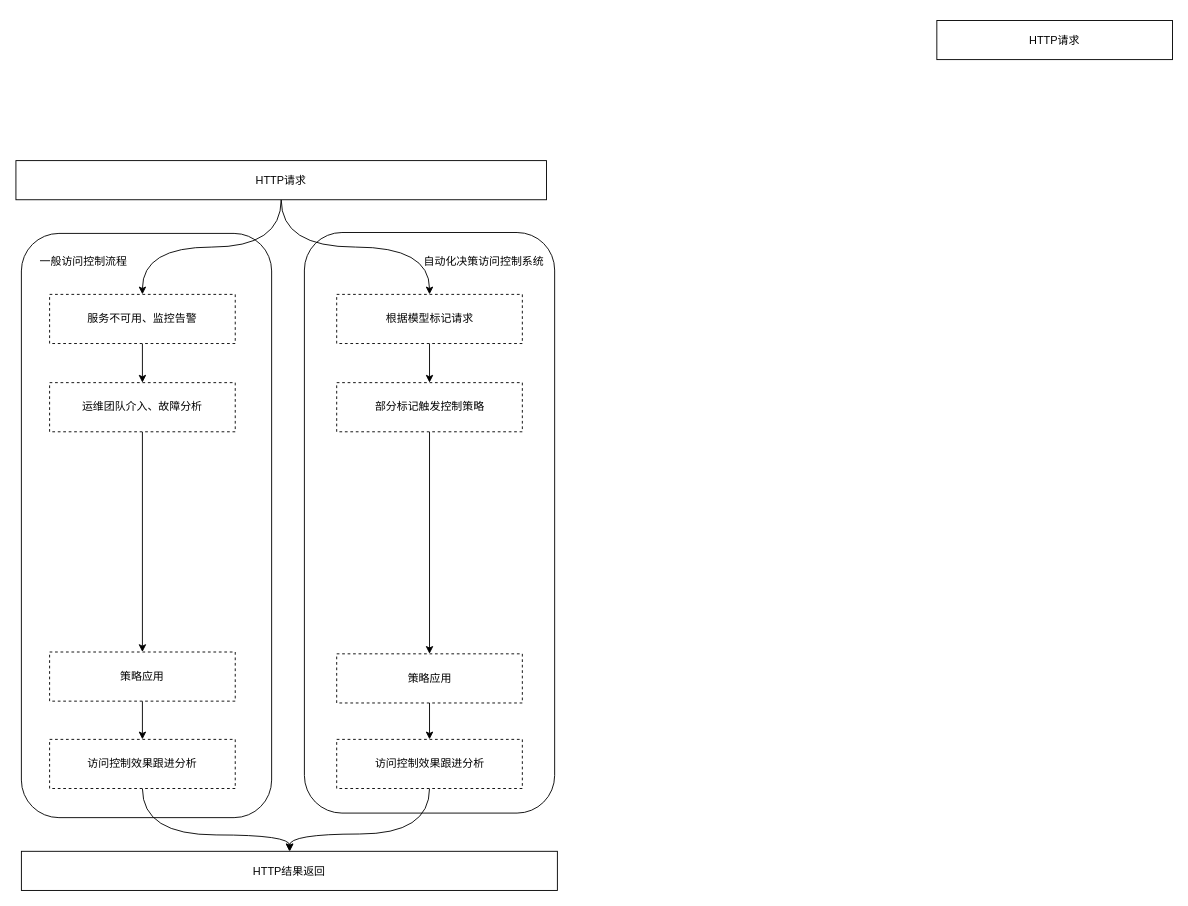
This is page "第 1 页" (1 of 2) of 特征工程flow.drawio from HurryUpWb/pdf, a draw.io file, before an edit. Source tidied: cells renumbered, new cells numbered last; positions are measured from the earlier drawing's top-left corner, leaving out a move shared by most shapes. Both pictures are drawn from the tidied source at 91%, with x=0, y=0 at pixel (15, 20).
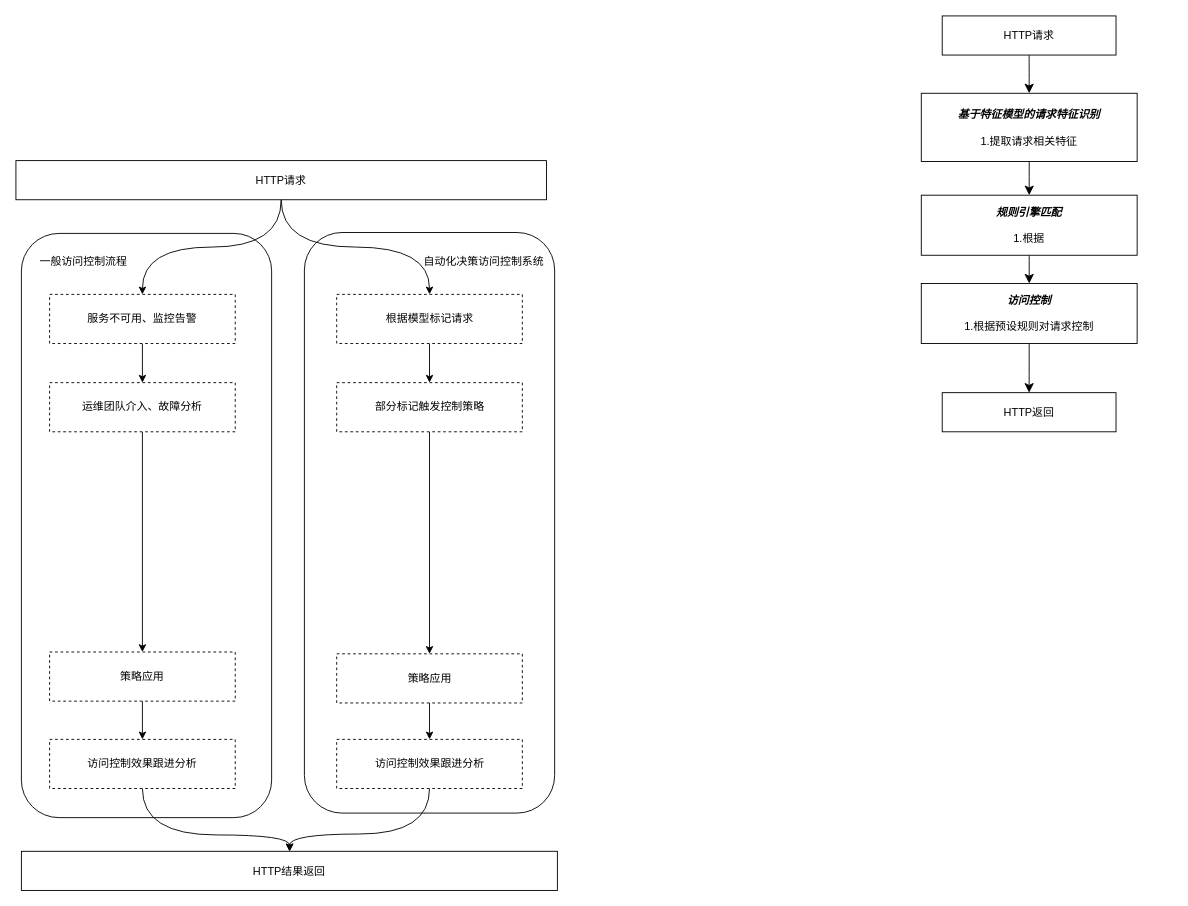
The same diagram, later.

Commit message:
更新特征工程flow.drawio

Change to the diagram source:
```diff
@@
+    <mxCell id="27" style="edgeStyle=none;curved=1;rounded=0;jettySize=auto;html=1;fontSize=12;startSize=8;endSize=8;" parent="1" edge="1" source="26" target="29">
+      <mxGeometry relative="1" as="geometry" />
+    </mxCell>
     <mxCell id="26" value="HTTP请求" style="rounded=0;whiteSpace=wrap;html=1;" parent="1" vertex="1">
-      <mxGeometry x="1012" width="259" height="43" as="geometry" />
+      <mxGeometry x="1017.9" y="-5" width="191" height="43" as="geometry" />
     </mxCell>
+    <mxCell id="28" style="edgeStyle=none;curved=1;rounded=0;jettySize=auto;html=1;exitX=0.5;exitY=1;exitDx=0;exitDy=0;fontSize=12;startSize=8;endSize=8;" parent="1" edge="1" source="29" target="31">
+      <mxGeometry relative="1" as="geometry" />
+    </mxCell>
+    <mxCell id="29" value="&lt;b&gt;&lt;i&gt;基于特征模型的请求特征识别&lt;/i&gt;&lt;/b&gt;&lt;div&gt;&lt;div&gt;&lt;br&gt;&lt;/div&gt;&lt;div&gt;1.&lt;span style=&quot;background-color: transparent; color: light-dark(rgb(0, 0, 0), rgb(255, 255, 255));&quot;&gt;提取请求相关特征&lt;/span&gt;&lt;/div&gt;&lt;/div&gt;" style="whiteSpace=wrap;html=1;rounded=0;" parent="1" vertex="1">
+      <mxGeometry x="994.9" y="80" width="237.2" height="75" as="geometry" />
+    </mxCell>
+    <mxCell id="30" style="edgeStyle=none;curved=1;rounded=0;jettySize=auto;html=1;exitX=0.5;exitY=1;exitDx=0;exitDy=0;fontSize=12;startSize=8;endSize=8;" parent="1" edge="1" source="31" target="33">
+      <mxGeometry relative="1" as="geometry" />
+    </mxCell>
+    <mxCell id="31" value="&lt;b&gt;&lt;i&gt;规则引擎匹配&lt;/i&gt;&lt;/b&gt;&lt;div&gt;&lt;b&gt;&lt;i&gt;&lt;br&gt;&lt;/i&gt;&lt;/b&gt;&lt;div&gt;&lt;div&gt;&lt;span style=&quot;background-color: transparent; color: light-dark(rgb(0, 0, 0), rgb(255, 255, 255));&quot;&gt;1.根据&lt;/span&gt;&lt;/div&gt;&lt;/div&gt;&lt;/div&gt;" style="whiteSpace=wrap;html=1;rounded=0;" parent="1" vertex="1">
+      <mxGeometry x="994.9" y="192" width="237.2" height="66" as="geometry" />
+    </mxCell>
+    <mxCell id="32" style="edgeStyle=none;curved=1;rounded=0;jettySize=auto;html=1;fontSize=12;startSize=8;endSize=8;" parent="1" edge="1" source="33" target="34">
+      <mxGeometry relative="1" as="geometry" />
+    </mxCell>
+    <mxCell id="33" value="&lt;b&gt;&lt;i&gt;访问控制&lt;/i&gt;&lt;/b&gt;&lt;br&gt;&lt;div&gt;&lt;b&gt;&lt;i&gt;&lt;br&gt;&lt;/i&gt;&lt;/b&gt;&lt;div&gt;&lt;div&gt;&lt;span style=&quot;background-color: transparent; color: light-dark(rgb(0, 0, 0), rgb(255, 255, 255));&quot;&gt;1.根据预设规则对请求控制&lt;/span&gt;&lt;/div&gt;&lt;/div&gt;&lt;/div&gt;" style="whiteSpace=wrap;html=1;rounded=0;" parent="1" vertex="1">
+      <mxGeometry x="994.9" y="289" width="237.2" height="66" as="geometry" />
+    </mxCell>
+    <mxCell id="34" value="HTTP返回" style="rounded=0;whiteSpace=wrap;html=1;" parent="1" vertex="1">
+      <mxGeometry x="1017.9" y="409" width="191" height="43" as="geometry" />
+    </mxCell>
```
